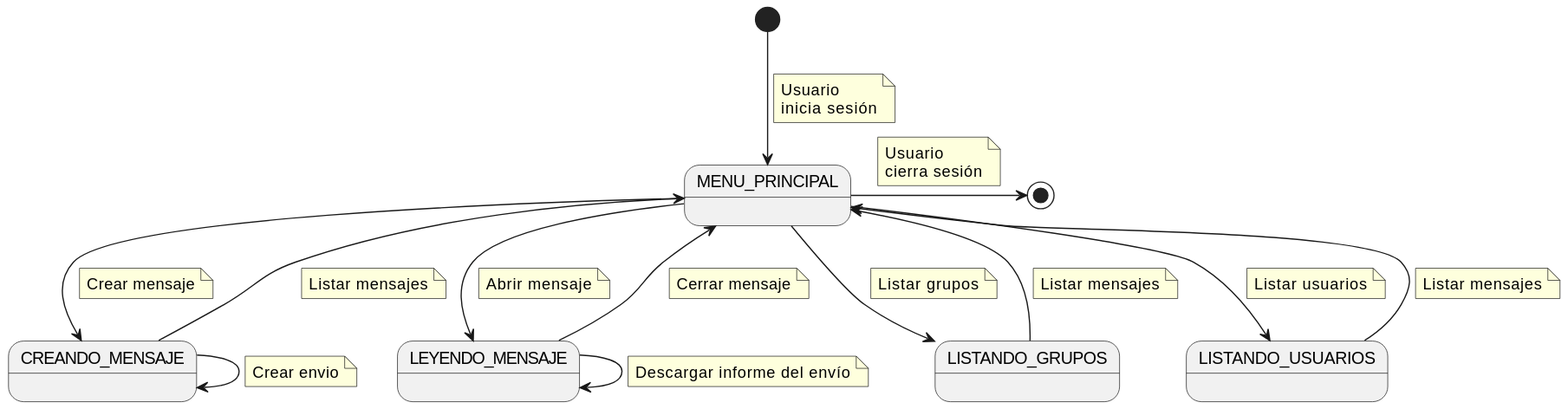
Earlier version of the PlantUML export docs/casosDeUso/diagramaDeContexto/DiagramaDeContextoUsuario/diagramaContextoUsuario.svg (mmasias/24-25-IdSw1-SDR).
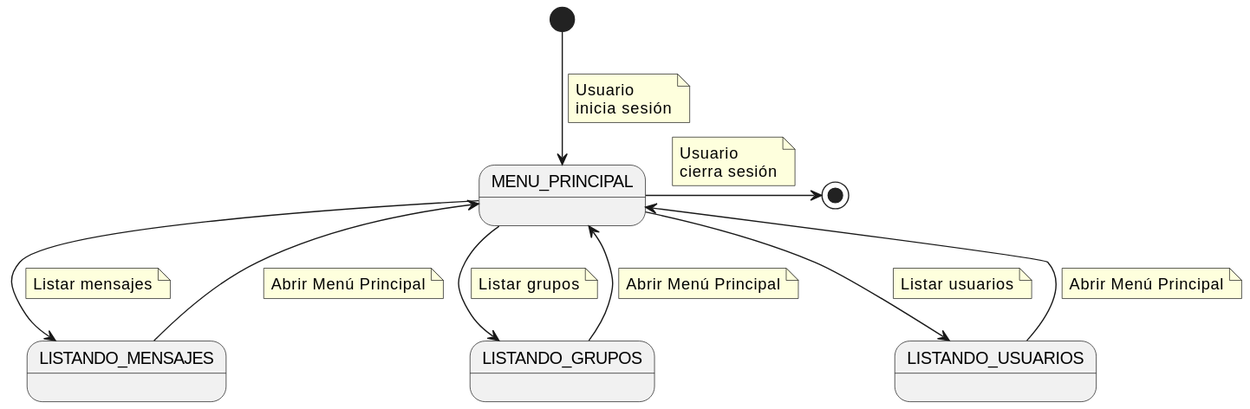
After the commit.

What changed in the source:
```diff
@@ -1,7 +1,6 @@
 @startuml
 state "MENU_PRINCIPAL" as MenuPrincipal
-state "CREANDO_MENSAJE" as CreandoMensaje
-state "LEYENDO_MENSAJE" as LeyendoMensaje
+state "LISTANDO_MENSAJES" as ListandoMensaje
 state "LISTANDO_GRUPOS" as Grupos
 state "LISTANDO_USUARIOS" as Usuarios
 
@@ -17,34 +16,14 @@
         cierra sesión
     end note
 
-MenuPrincipal --> LeyendoMensaje
+MenuPrincipal --> ListandoMensaje
     note on link
-        Abrir mensaje
+        Listar mensajes
     end note
 
-LeyendoMensaje --> MenuPrincipal
+ListandoMensaje --> MenuPrincipal
     note on link
-        Cerrar mensaje
-    end note
-
-MenuPrincipal --> CreandoMensaje
-    note on link
-        Crear mensaje
-    end note
-
-CreandoMensaje --> CreandoMensaje
-    note on link
-        Crear envio
-    end note
-
-LeyendoMensaje --> LeyendoMensaje
-    note on link
-        Descargar informe del envío
-    end note
-
-CreandoMensaje --> MenuPrincipal
-    note on link
-        Listar mensajes
+        Abrir Menú Principal
     end note
 
 MenuPrincipal --> Grupos
@@ -54,7 +33,7 @@
 
 Grupos --> MenuPrincipal
     note on link
-        Listar mensajes
+        Abrir Menú Principal
     end note
 
 MenuPrincipal --> Usuarios
@@ -64,6 +43,6 @@
 
 Usuarios--> MenuPrincipal
     note on link
-        Listar mensajes
+        Abrir Menú Principal
     end note
 @enduml
```
